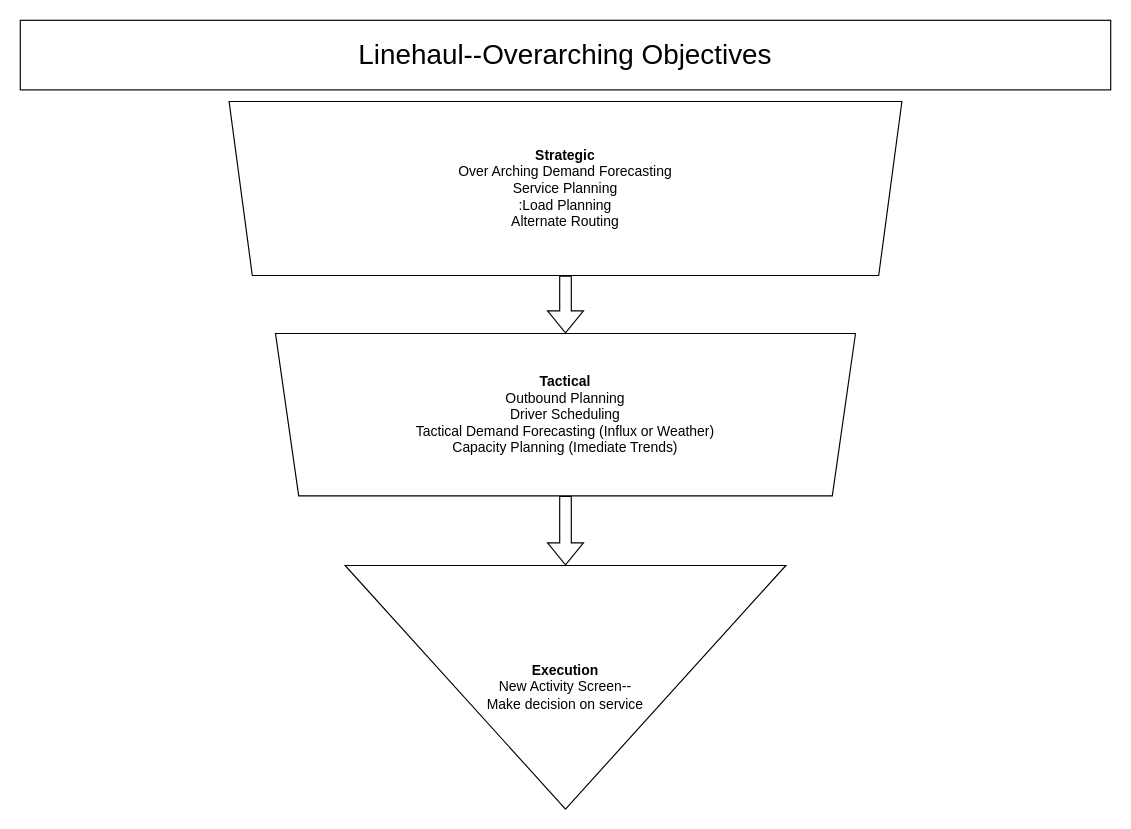
The draw.io diagram page "High Level Diagram" (1 of 3) of SSPN Replacement.drawio in RustyTruck/plc4trucksduck, before the edit. Source tidied: cells renumbered, new cells numbered last; positions are measured from the earlier drawing's top-left corner, leaving out a move shared by most shapes. Both pictures are drawn from the tidied source at 116%, with x=0, y=0 at pixel (20, 20).
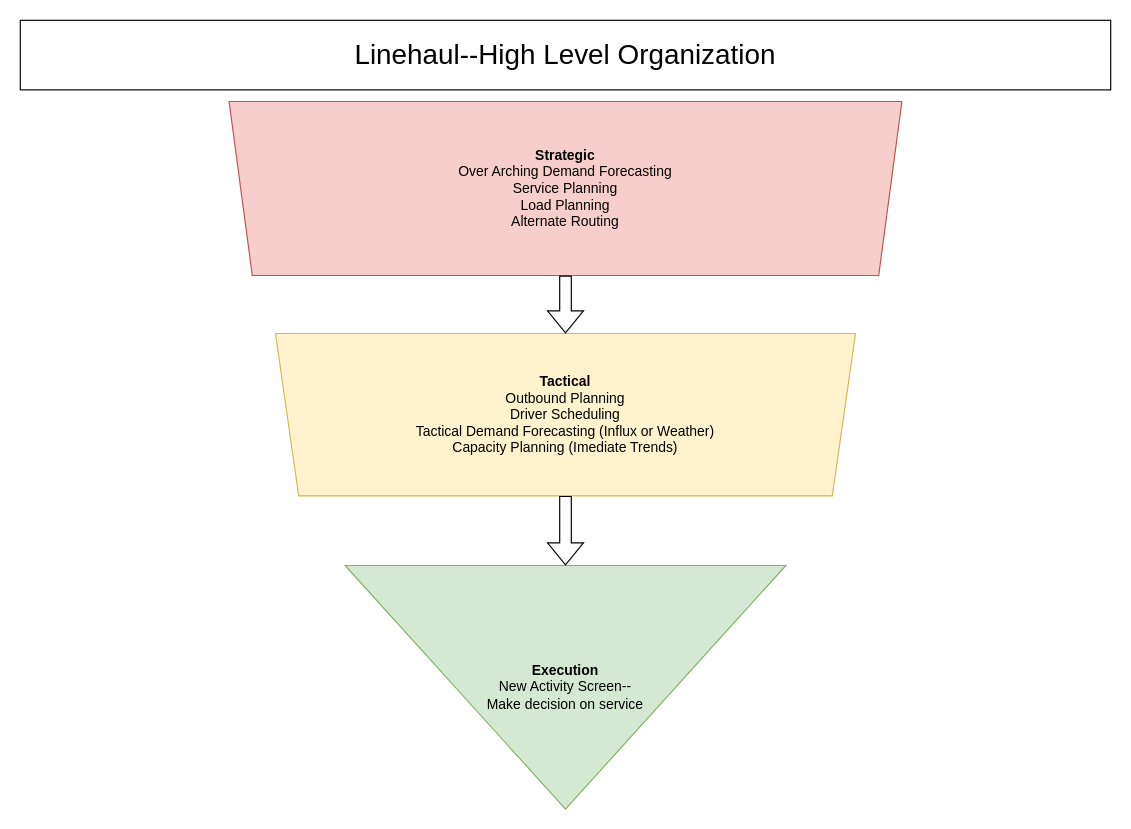
After the change.

Change to the diagram source:
```diff
@@
 <mxGraphModel>
   <root>
     <mxCell id="0" />
     <mxCell id="1" parent="0" />
-    <mxCell id="2" value="&lt;b&gt;Execution&lt;/b&gt;&lt;br&gt;New Activity Screen--&lt;br&gt;Make decision on service" style="triangle;whiteSpace=wrap;html=1;direction=south;" parent="1" vertex="1">
+    <mxCell id="2" value="&lt;b&gt;Execution&lt;/b&gt;&lt;br&gt;New Activity Screen--&lt;br&gt;Make decision on service" style="triangle;whiteSpace=wrap;html=1;direction=south;fillColor=#d5e8d4;strokeColor=#82b366;" parent="1" vertex="1">
       <mxGeometry x="280" y="470" width="380" height="210" as="geometry" />
     </mxCell>
-    <mxCell id="3" value="&lt;b&gt;Tactical&lt;/b&gt;&lt;br&gt;Outbound Planning&lt;br&gt;Driver Scheduling&lt;br&gt;Tactical Demand Forecasting (Influx or Weather)&lt;br&gt;Capacity Planning (Imediate Trends)" style="shape=trapezoid;perimeter=trapezoidPerimeter;whiteSpace=wrap;html=1;fixedSize=1;direction=west;" parent="1" vertex="1">
+    <mxCell id="3" value="&lt;b&gt;Tactical&lt;/b&gt;&lt;br&gt;Outbound Planning&lt;br&gt;Driver Scheduling&lt;br&gt;Tactical Demand Forecasting (Influx or Weather)&lt;br&gt;Capacity Planning (Imediate Trends)" style="shape=trapezoid;perimeter=trapezoidPerimeter;whiteSpace=wrap;html=1;fixedSize=1;direction=west;fillColor=#fff2cc;strokeColor=#d6b656;" parent="1" vertex="1">
       <mxGeometry x="220" y="270" width="500" height="140" as="geometry" />
     </mxCell>
-    <mxCell id="4" value="&lt;b&gt;Strategic&lt;/b&gt;&lt;br&gt;Over Arching Demand Forecasting&lt;br&gt;Service Planning&lt;br&gt;:Load Planning&lt;br&gt;Alternate Routing" style="shape=trapezoid;perimeter=trapezoidPerimeter;whiteSpace=wrap;html=1;fixedSize=1;direction=west;" parent="1" vertex="1">
+    <mxCell id="4" value="&lt;b&gt;Strategic&lt;/b&gt;&lt;br&gt;Over Arching Demand Forecasting&lt;br&gt;Service Planning&lt;br&gt;Load Planning&lt;br&gt;Alternate Routing" style="shape=trapezoid;perimeter=trapezoidPerimeter;whiteSpace=wrap;html=1;fixedSize=1;direction=west;fillColor=#f8cecc;strokeColor=#b85450;" parent="1" vertex="1">
       <mxGeometry x="180" y="70" width="580" height="150" as="geometry" />
     </mxCell>
     <mxCell id="5" style="shape=flexArrow;endArrow=classic;html=1;rounded=0;exitX=0.5;exitY=0;exitDx=0;exitDy=0;" parent="1" edge="1" source="4" target="3">
       <mxGeometry relative="1" as="geometry" />
     </mxCell>
     <mxCell id="6" style="shape=flexArrow;endArrow=classic;html=1;rounded=0;exitX=0.5;exitY=0;exitDx=0;exitDy=0;entryX=0;entryY=0.5;entryDx=0;entryDy=0;" parent="1" edge="1" source="3" target="2">
       <mxGeometry relative="1" as="geometry" />
     </mxCell>
-    <mxCell id="7" value="&lt;font style=&quot;font-size: 24px&quot;&gt;Linehaul--Overarching Objectives&lt;/font&gt;" style="rounded=0;whiteSpace=wrap;html=1;" parent="1" vertex="1">
+    <mxCell id="7" value="&lt;font style=&quot;font-size: 24px&quot;&gt;Linehaul--High Level Organization&lt;/font&gt;" style="rounded=0;whiteSpace=wrap;html=1;" parent="1" vertex="1">
       <mxGeometry width="940" height="60" as="geometry" />
     </mxCell>
   </root>
 </mxGraphModel>
```
